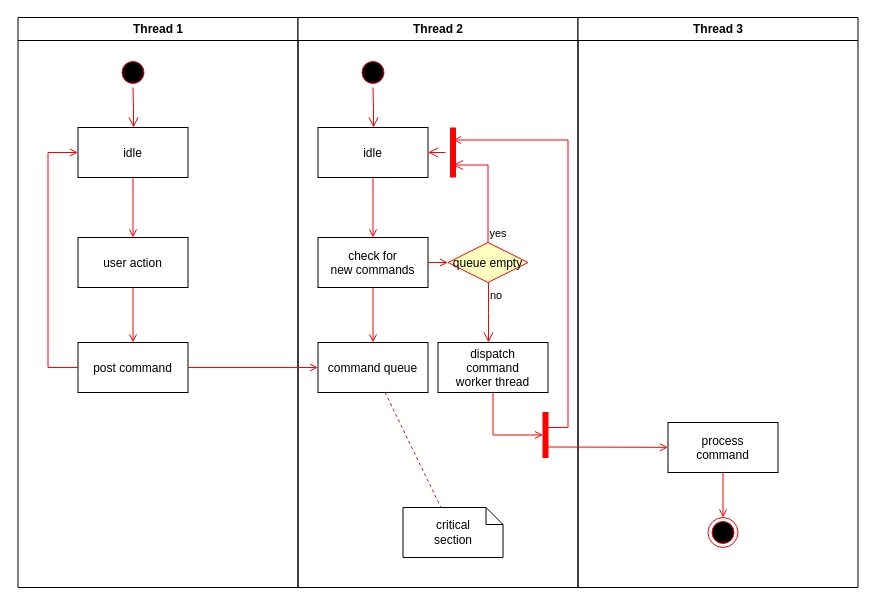
This is 注册登录活动图.drawio from 200928/image, a draw.io file, before an edit. Source tidied: cells renumbered, new cells numbered last; positions are measured from the earlier drawing's top-left corner, leaving out a move shared by most shapes. Both pictures are drawn from the tidied source at 100%, with x=0, y=0 at pixel (17, 17).
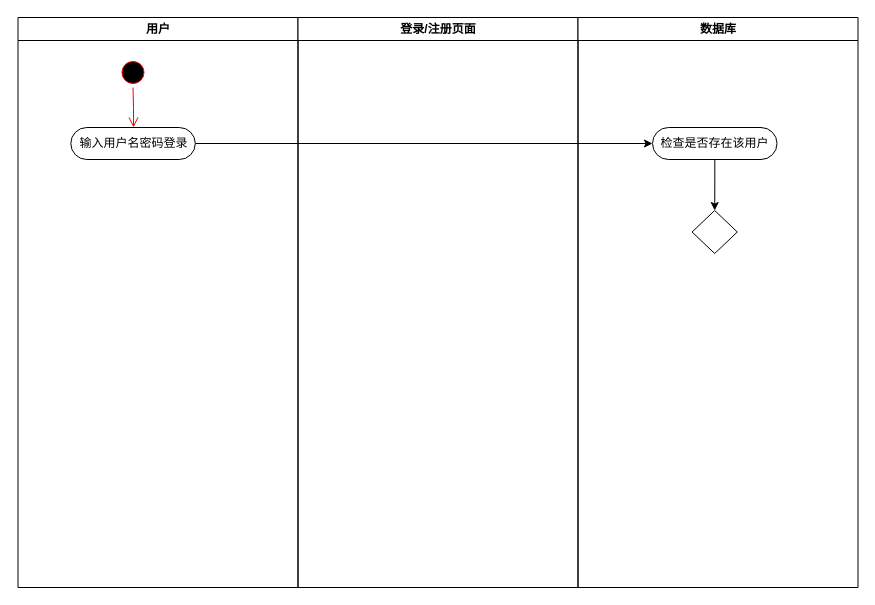
After the change.

Commit message (it also covers changes not shown here):
更新注册登录活动图.drawio

The change refers to these unchanged cells:
```xml
<mxCell id="3" style="ellipse;shape=startState;fillColor=#000000;strokeColor=#ff0000;" parent="2" vertex="1">
  <mxGeometry x="100" y="40" width="30" height="30" as="geometry" />
</mxCell>
```

The edit, as a diff of the source:
```diff
@@
-    <mxCell id="2" value="Thread 1" style="swimlane;whiteSpace=wrap;" parent="1" vertex="1">
+    <mxCell id="2" value="用户" style="swimlane;whiteSpace=wrap;" parent="1" vertex="1">
       <mxGeometry x="0.5" width="280" height="570" as="geometry" />
     </mxCell>
@@
-    <mxCell id="4" style="edgeStyle=elbowEdgeStyle;elbow=horizontal;verticalAlign=bottom;endArrow=open;endSize=8;strokeColor=#FF0000;endFill=1;rounded=0;" parent="2" edge="1" source="3" target="5">
-      <mxGeometry x="100" y="40" as="geometry" />
+    <mxCell id="4" style="edgeStyle=elbowEdgeStyle;elbow=horizontal;verticalAlign=bottom;endArrow=open;endSize=8;strokeColor=#FF0000;endFill=1;rounded=0;" parent="2" edge="1" source="3">
+      <mxGeometry x="100" y="40" as="geometry">
+        <mxPoint x="115.5" y="110" as="targetPoint" />
+      </mxGeometry>
     </mxCell>
-    <mxCell id="5" value="idle" parent="2" vertex="1">
-      <mxGeometry x="60" y="110" width="110" height="50" as="geometry" />
-    </mxCell>
-    <mxCell id="6" value="user action" parent="2" vertex="1">
-      <mxGeometry x="60" y="220" width="110" height="50" as="geometry" />
-    </mxCell>
-    <mxCell id="7" style="endArrow=open;strokeColor=#FF0000;endFill=1;rounded=0;" parent="2" edge="1" source="5" target="6">
-      <mxGeometry relative="1" as="geometry" />
-    </mxCell>
-    <mxCell id="8" value="post command" parent="2" vertex="1">
-      <mxGeometry x="60" y="325" width="110" height="50" as="geometry" />
-    </mxCell>
-    <mxCell id="9" style="endArrow=open;strokeColor=#FF0000;endFill=1;rounded=0;" parent="2" edge="1" source="6" target="8">
-      <mxGeometry relative="1" as="geometry" />
-    </mxCell>
-    <mxCell id="10" style="edgeStyle=elbowEdgeStyle;elbow=horizontal;strokeColor=#FF0000;endArrow=open;endFill=1;rounded=0;" parent="2" edge="1" source="8" target="5">
-      <mxGeometry relative="1" as="geometry">
-        <Array as="points">
-          <mxPoint x="30" y="250" />
-        </Array>
-      </mxGeometry>
-    </mxCell>
+    <mxCell id="37" value="输入用户名密码登录" style="html=1;rounded=1;absoluteArcSize=0;arcSize=50;" parent="2" vertex="1">
+      <mxGeometry x="52.8" y="110" width="124.5" height="32" as="geometry" />
+    </mxCell>
-    <mxCell id="11" value="Thread 2" style="swimlane;whiteSpace=wrap;" parent="1" vertex="1">
+    <mxCell id="11" value="登录/注册页面" style="swimlane;whiteSpace=wrap;" parent="1" vertex="1">
       <mxGeometry x="280.5" width="280" height="570" as="geometry" />
     </mxCell>
-    <mxCell id="12" style="ellipse;shape=startState;fillColor=#000000;strokeColor=#ff0000;" parent="11" vertex="1">
-      <mxGeometry x="60" y="40" width="30" height="30" as="geometry" />
-    </mxCell>
-    <mxCell id="13" style="edgeStyle=elbowEdgeStyle;elbow=horizontal;verticalAlign=bottom;endArrow=open;endSize=8;strokeColor=#FF0000;endFill=1;rounded=0;" parent="11" edge="1" source="12" target="14">
-      <mxGeometry x="40" y="20" as="geometry" />
-    </mxCell>
-    <mxCell id="14" value="idle" parent="11" vertex="1">
-      <mxGeometry x="20" y="110" width="110" height="50" as="geometry" />
-    </mxCell>
-    <mxCell id="15" value="check for &#10;new commands" parent="11" vertex="1">
-      <mxGeometry x="20" y="220" width="110" height="50" as="geometry" />
-    </mxCell>
-    <mxCell id="16" style="endArrow=open;strokeColor=#FF0000;endFill=1;rounded=0;" parent="11" edge="1" source="14" target="15">
-      <mxGeometry relative="1" as="geometry" />
-    </mxCell>
-    <mxCell id="17" value="command queue" parent="11" vertex="1">
-      <mxGeometry x="20" y="325" width="110" height="50" as="geometry" />
-    </mxCell>
-    <mxCell id="18" style="endArrow=open;strokeColor=#FF0000;endFill=1;rounded=0;" parent="11" edge="1" source="15" target="17">
-      <mxGeometry relative="1" as="geometry" />
-    </mxCell>
-    <mxCell id="19" value="queue empty" style="rhombus;fillColor=#ffffc0;strokeColor=#ff0000;" parent="11" vertex="1">
-      <mxGeometry x="150" y="225" width="80" height="40" as="geometry" />
-    </mxCell>
-    <mxCell id="20" value="yes" style="edgeStyle=elbowEdgeStyle;elbow=horizontal;align=left;verticalAlign=bottom;endArrow=open;endSize=8;strokeColor=#FF0000;exitX=0.5;exitY=0;endFill=1;rounded=0;entryX=0.75;entryY=0.5;entryPerimeter=0;" parent="11" edge="1" source="19" target="23">
-      <mxGeometry x="-1" relative="1" as="geometry">
-        <Array as="points">
-          <mxPoint x="190" y="180" />
-        </Array>
-      </mxGeometry>
-    </mxCell>
-    <mxCell id="21" value="no" style="edgeStyle=elbowEdgeStyle;elbow=horizontal;align=left;verticalAlign=top;endArrow=open;endSize=8;strokeColor=#FF0000;endFill=1;rounded=0;" parent="11" edge="1" source="19" target="25">
-      <mxGeometry x="-1" relative="1" as="geometry" />
-    </mxCell>
-    <mxCell id="22" style="endArrow=open;strokeColor=#FF0000;endFill=1;rounded=0;" parent="11" edge="1" source="15" target="19">
-      <mxGeometry relative="1" as="geometry" />
-    </mxCell>
-    <mxCell id="23" style="shape=line;strokeWidth=6;strokeColor=#ff0000;rotation=90;" parent="11" vertex="1">
-      <mxGeometry x="130" y="127.5" width="50" height="15" as="geometry" />
-    </mxCell>
-    <mxCell id="24" style="edgeStyle=elbowEdgeStyle;elbow=horizontal;verticalAlign=bottom;endArrow=open;endSize=8;strokeColor=#FF0000;endFill=1;rounded=0;" parent="11" edge="1" source="23" target="14">
-      <mxGeometry x="130" y="90" as="geometry" />
-    </mxCell>
-    <mxCell id="25" value="dispatch&#10;command&#10;worker thread" parent="11" vertex="1">
-      <mxGeometry x="140" y="325" width="110" height="50" as="geometry" />
-    </mxCell>
-    <mxCell id="26" value="critical&#10;section" style="shape=note;whiteSpace=wrap;size=17;" parent="11" vertex="1">
-      <mxGeometry x="105" y="490" width="100" height="50" as="geometry" />
-    </mxCell>
-    <mxCell id="27" style="endArrow=none;strokeColor=#FF0000;endFill=0;rounded=0;dashed=1;" parent="11" edge="1" source="17" target="26">
-      <mxGeometry relative="1" as="geometry" />
-    </mxCell>
-    <mxCell id="28" style="whiteSpace=wrap;strokeColor=#FF0000;fillColor=#FF0000;" parent="11" vertex="1">
-      <mxGeometry x="245" y="395" width="5" height="45" as="geometry" />
-    </mxCell>
-    <mxCell id="29" style="edgeStyle=elbowEdgeStyle;elbow=horizontal;entryX=0;entryY=0.5;strokeColor=#FF0000;endArrow=open;endFill=1;rounded=0;" parent="11" edge="1" source="25" target="28">
-      <mxGeometry relative="1" as="geometry">
-        <Array as="points">
-          <mxPoint x="195" y="400" />
-        </Array>
-      </mxGeometry>
-    </mxCell>
-    <mxCell id="30" value="Thread 3" style="swimlane;whiteSpace=wrap;" parent="1" vertex="1">
+    <mxCell id="30" value="数据库" style="swimlane;whiteSpace=wrap;" parent="1" vertex="1">
       <mxGeometry x="560.5" width="280" height="570" as="geometry" />
     </mxCell>
-    <mxCell id="31" value="process&#10;command" parent="30" vertex="1">
-      <mxGeometry x="90" y="405" width="110" height="50" as="geometry" />
-    </mxCell>
-    <mxCell id="32" style="edgeStyle=elbowEdgeStyle;elbow=horizontal;strokeColor=#FF0000;endArrow=open;endFill=1;rounded=0;entryX=0.25;entryY=0.5;entryPerimeter=0;" parent="30" edge="1" target="23">
-      <mxGeometry relative="1" as="geometry">
-        <mxPoint x="-30" y="410" as="sourcePoint" />
-        <Array as="points">
-          <mxPoint x="-10" y="135" />
-        </Array>
-      </mxGeometry>
-    </mxCell>
-    <mxCell id="33" style="edgeStyle=none;strokeColor=#FF0000;endArrow=open;endFill=1;rounded=0;" parent="30" edge="1" target="31">
-      <mxGeometry relative="1" as="geometry">
-        <mxPoint x="-30" y="429.5" as="sourcePoint" />
-      </mxGeometry>
-    </mxCell>
-    <mxCell id="34" style="ellipse;shape=endState;fillColor=#000000;strokeColor=#ff0000;" parent="30" vertex="1">
-      <mxGeometry x="130" y="500" width="30" height="30" as="geometry" />
-    </mxCell>
-    <mxCell id="35" style="endArrow=open;strokeColor=#FF0000;endFill=1;rounded=0;" parent="30" edge="1" source="31" target="34">
-      <mxGeometry relative="1" as="geometry" />
-    </mxCell>
-    <mxCell id="36" style="endArrow=open;strokeColor=#FF0000;endFill=1;rounded=0;" parent="1" edge="1" source="8" target="17">
-      <mxGeometry relative="1" as="geometry" />
-    </mxCell>
+    <mxCell id="38" value="检查是否存在该用户" style="html=1;rounded=1;absoluteArcSize=0;arcSize=50;" parent="30" vertex="1">
+      <mxGeometry x="74.5" y="110" width="124.5" height="32" as="geometry" />
+    </mxCell>
+    <mxCell id="39" style="rhombus;whiteSpace=wrap;html=1;rounded=0;" parent="30" vertex="1">
+      <mxGeometry x="114.1" y="193" width="45.2" height="43" as="geometry" />
+    </mxCell>
+    <mxCell id="40" style="edgeStyle=orthogonalEdgeStyle;rounded=0;jettySize=auto;html=1;" parent="30" edge="1" source="38" target="39">
+      <mxGeometry relative="1" as="geometry" />
+    </mxCell>
+    <mxCell id="41" style="edgeStyle=orthogonalEdgeStyle;rounded=0;jettySize=auto;html=1;entryX=0;entryY=0.5;entryDx=0;entryDy=0;" parent="1" edge="1" source="37" target="38">
+      <mxGeometry relative="1" as="geometry" />
+    </mxCell>
```
